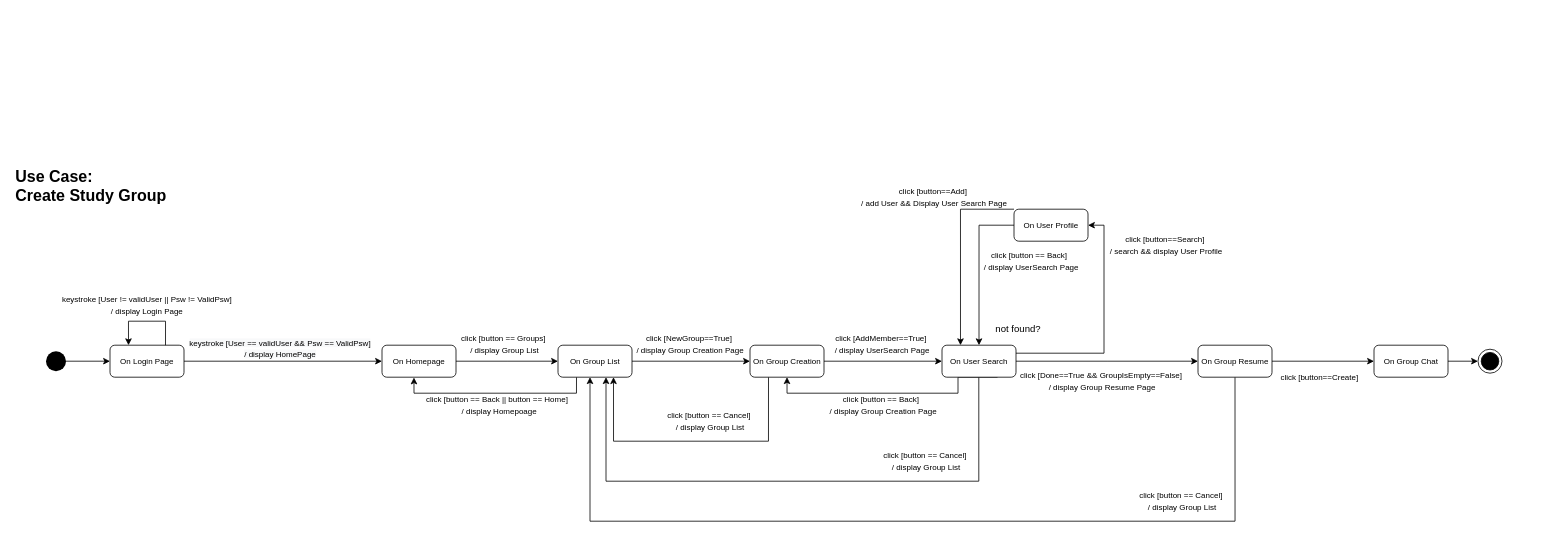
This is Deliverables/State Diagram/Dalena Create Study Group State.drawio from nic-agos/DoveStudi, a draw.io file, before an edit. Source tidied: cells renumbered, new cells numbered last; positions are measured from the earlier drawing's top-left corner, leaving out a move shared by most shapes. Both pictures are drawn from the tidied source at 80%, with x=0, y=0 at pixel (14, 173).
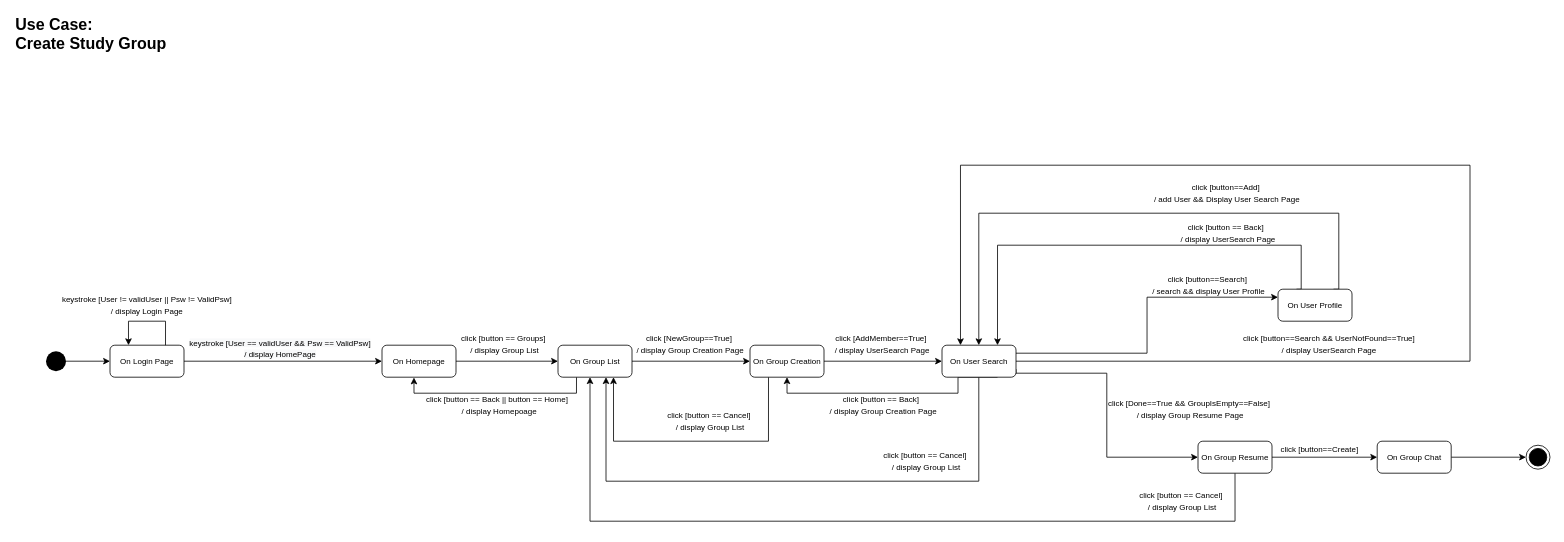
The same page after the edit.

Commit message:
user not found added

Unchanged cells that the change refers to:
```xml
<mxCell id="24" value="&lt;span style=&quot;font-size: 10px&quot;&gt;On User Search&lt;/span&gt;" style="rounded=1;whiteSpace=wrap;html=1;strokeWidth=1;" parent="1" vertex="1">
  <mxGeometry x="1160" y="215" width="92.5" height="40" as="geometry" />
</mxCell>
```

Change to the diagram source:
```diff
@@
     <mxCell id="12" value="&lt;b style=&quot;font-size: 20px&quot;&gt;&lt;font style=&quot;font-size: 20px&quot;&gt;Use Case:&lt;br&gt;&lt;/font&gt;&lt;/b&gt;&lt;div style=&quot;font-size: 20px&quot;&gt;&lt;b&gt;&lt;font style=&quot;font-size: 20px&quot;&gt;Create Study Group&lt;/font&gt;&lt;/b&gt;&lt;/div&gt;" style="text;html=1;align=left;verticalAlign=middle;" parent="1" vertex="1">
-      <mxGeometry width="200" height="30" as="geometry" />
+      <mxGeometry y="-190" width="200" height="30" as="geometry" />
     </mxCell>
@@
+    <mxCell id="23" style="edgeStyle=orthogonalEdgeStyle;rounded=0;jettySize=auto;html=1;exitX=1;exitY=0.75;exitDx=0;exitDy=0;startArrow=none;startFill=0;endArrow=classic;endFill=1;entryX=0;entryY=0.5;entryDx=0;entryDy=0;" parent="1" edge="1" source="24" target="37">
+      <mxGeometry relative="1" as="geometry">
+        <Array as="points">
+          <mxPoint x="1253" y="250" />
+          <mxPoint x="1366" y="250" />
+          <mxPoint x="1366" y="355" />
+        </Array>
+      </mxGeometry>
+    </mxCell>
-    <mxCell id="22" style="edgeStyle=orthogonalEdgeStyle;rounded=0;jettySize=auto;html=1;exitX=1;exitY=0.25;exitDx=0;exitDy=0;entryX=1;entryY=0.5;entryDx=0;entryDy=0;startArrow=none;startFill=0;endArrow=classic;endFill=1;" parent="1" edge="1" source="24" target="31">
+    <mxCell id="22" style="edgeStyle=orthogonalEdgeStyle;rounded=0;jettySize=auto;html=1;exitX=1;exitY=0.25;exitDx=0;exitDy=0;entryX=0;entryY=0.25;entryDx=0;entryDy=0;" parent="1" edge="1" source="24" target="31">
       <mxGeometry relative="1" as="geometry" />
     </mxCell>
-    <mxCell id="23" style="edgeStyle=orthogonalEdgeStyle;rounded=0;jettySize=auto;html=1;exitX=1;exitY=0.5;exitDx=0;exitDy=0;startArrow=none;startFill=0;endArrow=classic;endFill=1;" parent="1" edge="1" source="24">
-      <mxGeometry relative="1" as="geometry">
-        <mxPoint x="1480" y="235" as="targetPoint" />
-      </mxGeometry>
-    </mxCell>
+    <mxCell id="46" style="edgeStyle=orthogonalEdgeStyle;rounded=0;orthogonalLoop=1;jettySize=auto;html=1;exitX=1;exitY=0.5;exitDx=0;exitDy=0;entryX=0.25;entryY=0;entryDx=0;entryDy=0;" parent="1" edge="1" source="24" target="24">
+      <mxGeometry relative="1" as="geometry">
+        <Array as="points">
+          <mxPoint x="1820" y="235" />
+          <mxPoint x="1820" y="-10" />
+          <mxPoint x="1183" y="-10" />
+        </Array>
+      </mxGeometry>
+    </mxCell>
@@
     <mxCell id="28" value="&lt;font style=&quot;font-size: 10px&quot;&gt;click [button==Search]&amp;nbsp;&lt;br&gt;/ search &amp;amp;&amp;amp; display User Profile&lt;br&gt;&lt;/font&gt;" style="text;html=1;align=center;verticalAlign=middle;" parent="1" vertex="1">
-      <mxGeometry x="1360" y="75" width="160" height="30" as="geometry" />
+      <mxGeometry x="1412.5" y="124" width="160" height="30" as="geometry" />
     </mxCell>
-    <mxCell id="29" style="edgeStyle=orthogonalEdgeStyle;rounded=0;jettySize=auto;html=1;exitX=0;exitY=0;exitDx=0;exitDy=0;entryX=0.25;entryY=0;entryDx=0;entryDy=0;startArrow=none;startFill=0;endArrow=classic;endFill=1;" parent="1" edge="1" source="31" target="24">
-      <mxGeometry relative="1" as="geometry">
-        <Array as="points">
-          <mxPoint x="1183" y="45" />
-        </Array>
-      </mxGeometry>
-    </mxCell>
-    <mxCell id="30" style="edgeStyle=orthogonalEdgeStyle;rounded=0;jettySize=auto;html=1;exitX=0;exitY=0.5;exitDx=0;exitDy=0;entryX=0.5;entryY=0;entryDx=0;entryDy=0;startArrow=none;startFill=0;endArrow=classic;endFill=1;" parent="1" edge="1" source="31" target="24">
-      <mxGeometry relative="1" as="geometry" />
-    </mxCell>
+    <mxCell id="47" style="edgeStyle=orthogonalEdgeStyle;rounded=0;jettySize=auto;html=1;exitX=0.25;exitY=0;exitDx=0;exitDy=0;entryX=0.75;entryY=0;entryDx=0;entryDy=0;" parent="1" edge="1" source="31" target="24">
+      <mxGeometry relative="1" as="geometry">
+        <Array as="points">
+          <mxPoint x="1609" y="145" />
+          <mxPoint x="1609" y="90" />
+          <mxPoint x="1229" y="90" />
+        </Array>
+      </mxGeometry>
+    </mxCell>
+    <mxCell id="48" style="edgeStyle=orthogonalEdgeStyle;rounded=0;jettySize=auto;html=1;exitX=0.75;exitY=0;exitDx=0;exitDy=0;" parent="1" edge="1" source="31">
+      <mxGeometry relative="1" as="geometry">
+        <mxPoint x="1206" y="215" as="targetPoint" />
+        <Array as="points">
+          <mxPoint x="1656" y="145" />
+          <mxPoint x="1656" y="50" />
+          <mxPoint x="1206" y="50" />
+        </Array>
+      </mxGeometry>
+    </mxCell>
     <mxCell id="31" value="&lt;span style=&quot;font-size: 10px&quot;&gt;On User Profile&lt;/span&gt;" style="rounded=1;whiteSpace=wrap;html=1;strokeWidth=1;" parent="1" vertex="1">
-      <mxGeometry x="1250" y="45" width="92.5" height="40" as="geometry" />
+      <mxGeometry x="1580" y="145" width="92.5" height="40" as="geometry" />
     </mxCell>
     <mxCell id="32" value="&lt;font style=&quot;font-size: 10px&quot;&gt;click [button == Back]&amp;nbsp;&lt;br&gt;&amp;nbsp;/ display UserSearch Page&lt;br&gt;&lt;/font&gt;" style="text;html=1;align=center;verticalAlign=middle;" parent="1" vertex="1">
-      <mxGeometry x="1200" y="95" width="140" height="30" as="geometry" />
+      <mxGeometry x="1446.2" y="60" width="140" height="30" as="geometry" />
     </mxCell>
     <mxCell id="33" value="&lt;font style=&quot;font-size: 10px&quot;&gt;click [button==Add]&amp;nbsp;&lt;br&gt;/ add User &amp;amp;&amp;amp; Display User Search Page&lt;br&gt;&lt;/font&gt;" style="text;html=1;align=center;verticalAlign=middle;" parent="1" vertex="1">
-      <mxGeometry x="1050" y="15" width="200" height="30" as="geometry" />
+      <mxGeometry x="1416.2" y="10" width="200" height="30" as="geometry" />
     </mxCell>
     <mxCell id="34" value="&lt;font style=&quot;font-size: 10px&quot;&gt;click [Done==True &amp;amp;&amp;amp; GroupIsEmpty==False]&amp;nbsp;&lt;br&gt;/ display Group Resume Page&lt;br&gt;&lt;/font&gt;" style="text;html=1;align=center;verticalAlign=middle;" parent="1" vertex="1">
-      <mxGeometry x="1250" y="245" width="220" height="30" as="geometry" />
+      <mxGeometry x="1360" y="280" width="220" height="30" as="geometry" />
     </mxCell>
@@
     <mxCell id="37" value="&lt;span style=&quot;font-size: 10px&quot;&gt;On Group Resume&lt;/span&gt;" style="rounded=1;whiteSpace=wrap;html=1;strokeWidth=1;" parent="1" vertex="1">
-      <mxGeometry x="1480" y="215" width="92.5" height="40" as="geometry" />
+      <mxGeometry x="1480" y="335" width="92.5" height="40" as="geometry" />
     </mxCell>
-    <mxCell id="38" style="edgeStyle=orthogonalEdgeStyle;rounded=0;jettySize=auto;html=1;exitX=1;exitY=0.5;exitDx=0;exitDy=0;startArrow=none;startFill=0;endArrow=classic;endFill=1;" parent="1" edge="1" source="39">
-      <mxGeometry relative="1" as="geometry">
-        <mxPoint x="1830" y="235.3" as="targetPoint" />
-      </mxGeometry>
+    <mxCell id="38" style="edgeStyle=orthogonalEdgeStyle;rounded=0;jettySize=auto;html=1;exitX=1;exitY=0.5;exitDx=0;exitDy=0;startArrow=none;startFill=0;endArrow=classic;endFill=1;entryX=0;entryY=0.5;entryDx=0;entryDy=0;" parent="1" edge="1" source="39" target="41">
+      <mxGeometry relative="1" as="geometry" />
     </mxCell>
     <mxCell id="39" value="&lt;span style=&quot;font-size: 10px&quot;&gt;On Group Chat&lt;/span&gt;" style="rounded=1;whiteSpace=wrap;html=1;strokeWidth=1;" parent="1" vertex="1">
-      <mxGeometry x="1700" y="215" width="92.5" height="40" as="geometry" />
+      <mxGeometry x="1704" y="335" width="92.5" height="40" as="geometry" />
     </mxCell>
     <mxCell id="40" value="&lt;font style=&quot;font-size: 10px&quot;&gt;click [button==Create]&amp;nbsp;&lt;br&gt;&lt;/font&gt;" style="text;html=1;align=center;verticalAlign=middle;" parent="1" vertex="1">
-      <mxGeometry x="1572.5" y="245" width="120" height="20" as="geometry" />
+      <mxGeometry x="1572.5" y="335" width="120" height="20" as="geometry" />
     </mxCell>
     <mxCell id="41" style="ellipse;html=1;shape=endState;fillColor=#000000;strokeColor=#000000;" parent="1" vertex="1">
-      <mxGeometry x="1830" y="220" width="30" height="30" as="geometry" />
+      <mxGeometry x="1890" y="340" width="30" height="30" as="geometry" />
     </mxCell>
@@
-    <mxCell id="45" value="not found?" style="text;html=1;align=center;verticalAlign=middle;" parent="1" vertex="1">
-      <mxGeometry x="1220" y="185" width="70" height="20" as="geometry" />
-    </mxCell>
+    <mxCell id="49" value="&lt;font style=&quot;font-size: 10px&quot;&gt;click [button==Search &amp;amp;&amp;amp; UserNotFound==True]&amp;nbsp;&lt;br&gt;/ display UserSearch Page&amp;nbsp;&lt;br&gt;&lt;/font&gt;" style="text;html=1;align=center;verticalAlign=middle;" parent="1" vertex="1">
+      <mxGeometry x="1530" y="197.5" width="230" height="30" as="geometry" />
+    </mxCell>
```
